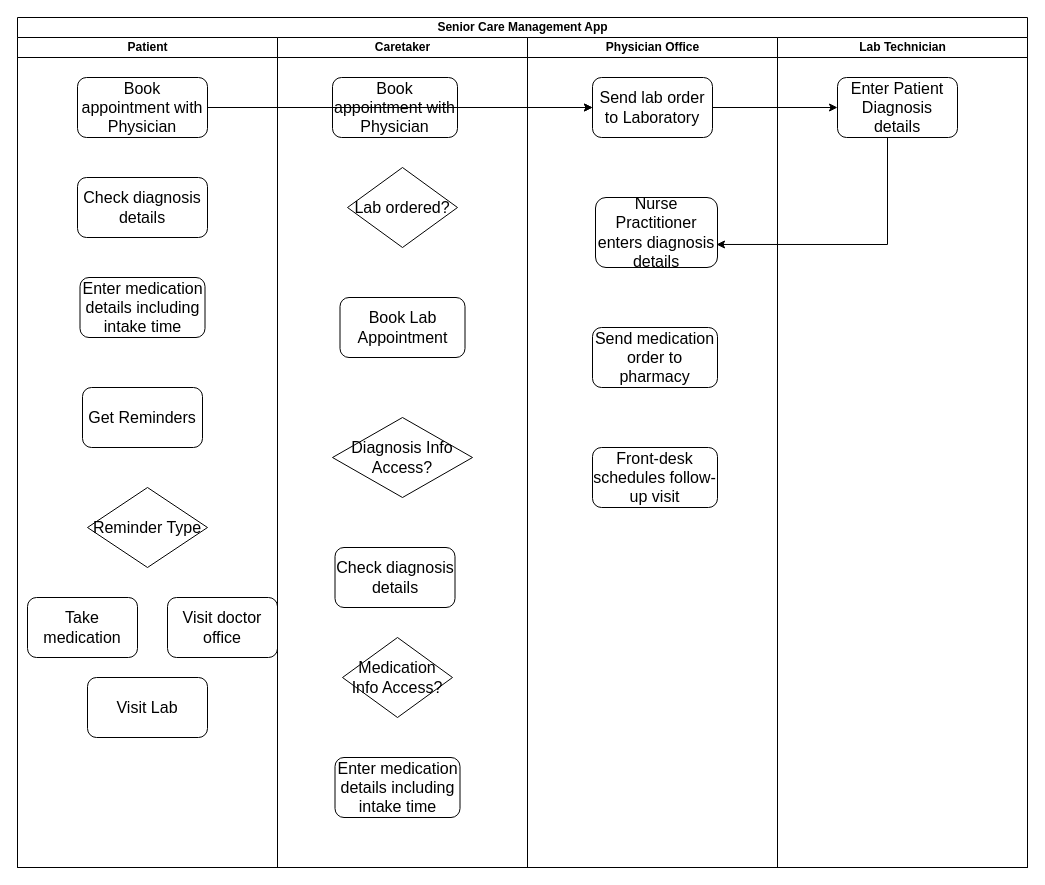
saumyasucharita/swimlane-mindmaps keeps this draw.io diagram as SeniorCareManagementSystem_Swimlane.drawio. Above is the earlier version. Source tidied: cells renumbered, new cells numbered last; positions are measured from the earlier drawing's top-left corner, leaving out a move shared by most shapes. Both pictures are drawn from the tidied source at 100%, with x=0, y=0 at pixel (17, 17).
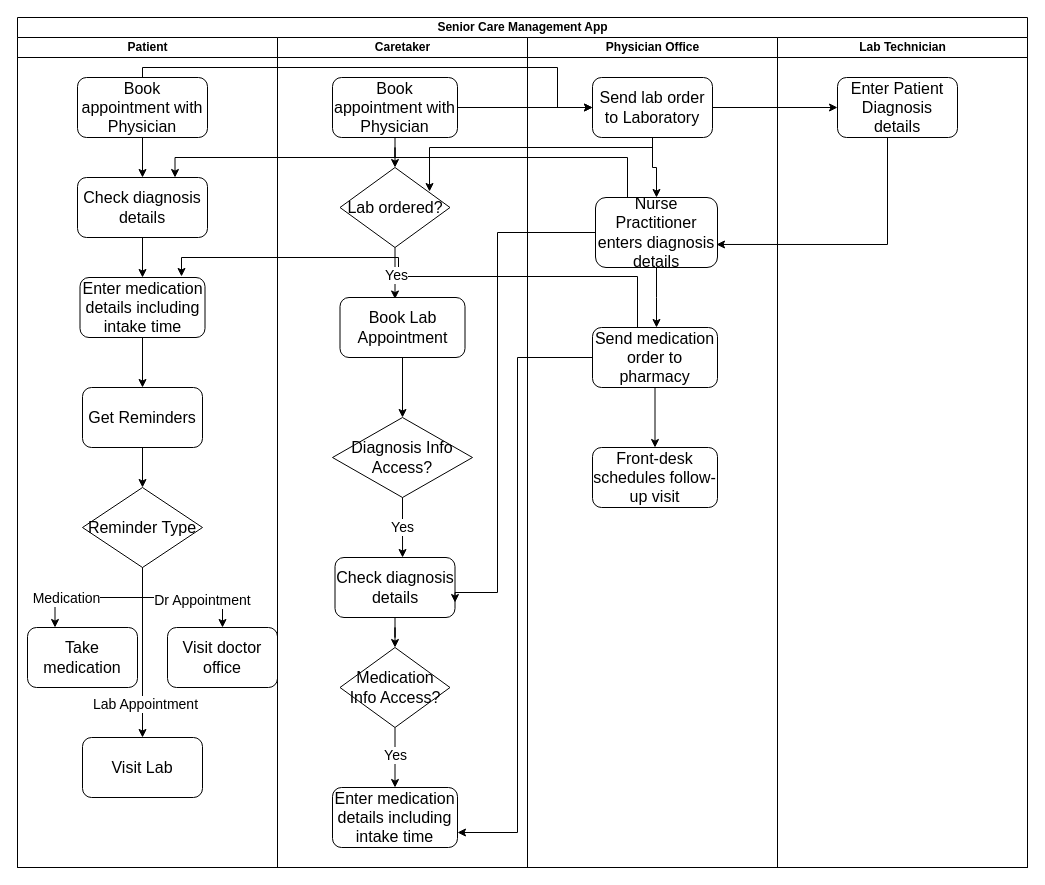
After the change.

The change refers to these unchanged cells:
```xml
<mxCell id="2" value="Senior Care Management App" style="swimlane;startSize=20;html=1;" parent="1" vertex="1">
  <mxGeometry width="1010" height="850" as="geometry" />
</mxCell>
<mxCell id="3" value="Patient" style="swimlane;startSize=20;html=1;" parent="2" vertex="1">
  <mxGeometry y="20" width="260" height="830" as="geometry" />
</mxCell>
<mxCell id="4" value="&lt;span style=&quot;font-size: medium;&quot;&gt;Check diagnosis details&lt;/span&gt;" style="rounded=1;whiteSpace=wrap;html=1;" parent="3" vertex="1">
  <mxGeometry x="60" y="140" width="130" height="60" as="geometry" />
</mxCell>
<mxCell id="9" value="&lt;font size=&quot;3&quot;&gt;Book appointment with Physician&lt;/font&gt;" style="rounded=1;whiteSpace=wrap;html=1;" parent="3" vertex="1">
  <mxGeometry x="60" y="40" width="130" height="60" as="geometry" />
</mxCell>
<mxCell id="10" value="&lt;span style=&quot;font-size: medium;&quot;&gt;Enter medication details including intake time&lt;/span&gt;" style="rounded=1;whiteSpace=wrap;html=1;" parent="3" vertex="1">
  <mxGeometry x="62.5" y="240" width="125" height="60" as="geometry" />
</mxCell>
<mxCell id="11" value="&lt;span style=&quot;font-size: medium;&quot;&gt;Get Reminders&lt;/span&gt;" style="rounded=1;whiteSpace=wrap;html=1;" parent="3" vertex="1">
  <mxGeometry x="65" y="350" width="120" height="60" as="geometry" />
</mxCell>
<mxCell id="12" value="Caretaker" style="swimlane;startSize=20;html=1;" parent="2" vertex="1">
  <mxGeometry x="260" y="20" width="250" height="830" as="geometry" />
</mxCell>
<mxCell id="13" value="&lt;font size=&quot;3&quot;&gt;Book appointment with Physician&lt;/font&gt;" style="rounded=1;whiteSpace=wrap;html=1;" parent="12" vertex="1">
  <mxGeometry x="55" y="40" width="125" height="60" as="geometry" />
</mxCell>
<mxCell id="14" value="&lt;font size=&quot;3&quot;&gt;Book Lab Appointment&lt;/font&gt;" style="rounded=1;whiteSpace=wrap;html=1;" parent="12" vertex="1">
  <mxGeometry x="62.5" y="260" width="125" height="60" as="geometry" />
</mxCell>
<mxCell id="17" value="&lt;font size=&quot;3&quot;&gt;Diagnosis Info Access?&lt;/font&gt;" style="rhombus;whiteSpace=wrap;html=1;" parent="12" vertex="1">
  <mxGeometry x="55" y="380" width="140" height="80" as="geometry" />
</mxCell>
<mxCell id="20" value="Physician Office" style="swimlane;startSize=20;html=1;" parent="2" vertex="1">
  <mxGeometry x="510" y="20" width="250" height="830" as="geometry" />
</mxCell>
<mxCell id="21" value="&lt;font size=&quot;3&quot;&gt;Send lab order to Laboratory&lt;/font&gt;" style="rounded=1;whiteSpace=wrap;html=1;" parent="20" vertex="1">
  <mxGeometry x="65" y="40" width="120" height="60" as="geometry" />
</mxCell>
<mxCell id="22" value="&lt;font size=&quot;3&quot;&gt;Send medication order to pharmacy&lt;/font&gt;" style="rounded=1;whiteSpace=wrap;html=1;" parent="20" vertex="1">
  <mxGeometry x="65" y="290" width="125" height="60" as="geometry" />
</mxCell>
<mxCell id="23" value="&lt;font size=&quot;3&quot;&gt;Front-desk schedules follow-up visit&lt;/font&gt;" style="rounded=1;whiteSpace=wrap;html=1;" parent="20" vertex="1">
  <mxGeometry x="65" y="410" width="125" height="60" as="geometry" />
</mxCell>
<mxCell id="24" value="&lt;font size=&quot;3&quot;&gt;Nurse Practitioner enters diagnosis details&lt;/font&gt;" style="rounded=1;whiteSpace=wrap;html=1;" parent="20" vertex="1">
  <mxGeometry x="68" y="160" width="122" height="70" as="geometry" />
</mxCell>
```

Diff of the diagram source:
```diff
@@
+    <mxCell id="31" style="edgeStyle=orthogonalEdgeStyle;rounded=0;jettySize=auto;html=1;entryX=0.5;entryY=0;entryDx=0;entryDy=0;" parent="3" edge="1" source="4" target="10">
+      <mxGeometry relative="1" as="geometry" />
+    </mxCell>
@@
+    <mxCell id="32" style="edgeStyle=orthogonalEdgeStyle;rounded=0;jettySize=auto;html=1;entryX=0.25;entryY=0;entryDx=0;entryDy=0;" parent="3" edge="1" source="5" target="6">
+      <mxGeometry relative="1" as="geometry" />
+    </mxCell>
+    <mxCell id="33" value="&lt;font style=&quot;font-size: 14px;&quot;&gt;Medication&lt;/font&gt;" style="edgeLabel;html=1;align=center;verticalAlign=middle;" parent="32" vertex="1">
+      <mxGeometry x="0.45" relative="1" as="geometry" />
+    </mxCell>
+    <mxCell id="34" style="edgeStyle=orthogonalEdgeStyle;rounded=0;jettySize=auto;html=1;entryX=0.5;entryY=0;entryDx=0;entryDy=0;" parent="3" edge="1" source="5" target="7">
+      <mxGeometry relative="1" as="geometry" />
+    </mxCell>
+    <mxCell id="35" value="&lt;font style=&quot;font-size: 14px;&quot;&gt;Dr Appointment&lt;/font&gt;" style="edgeLabel;html=1;align=center;verticalAlign=middle;" parent="34" vertex="1">
+      <mxGeometry x="0.27" y="-2" relative="1" as="geometry" />
+    </mxCell>
+    <mxCell id="36" style="edgeStyle=orthogonalEdgeStyle;rounded=0;jettySize=auto;html=1;entryX=0.5;entryY=0;entryDx=0;entryDy=0;" parent="3" edge="1" source="5" target="8">
+      <mxGeometry relative="1" as="geometry" />
+    </mxCell>
+    <mxCell id="37" value="&lt;font style=&quot;font-size: 14px;&quot;&gt;Lab Appointment&lt;/font&gt;" style="edgeLabel;html=1;align=center;verticalAlign=middle;" parent="36" vertex="1">
+      <mxGeometry x="0.6" y="2" relative="1" as="geometry" />
+    </mxCell>
     <mxCell id="5" value="&lt;font size=&quot;3&quot;&gt;Reminder Type&lt;/font&gt;" style="rhombus;whiteSpace=wrap;html=1;" parent="3" vertex="1">
-      <mxGeometry x="70" y="450" width="120" height="80" as="geometry" />
+      <mxGeometry x="65" y="450" width="120" height="80" as="geometry" />
     </mxCell>
     <mxCell id="6" value="&lt;font size=&quot;3&quot;&gt;Take medication&lt;/font&gt;" style="rounded=1;whiteSpace=wrap;html=1;" parent="3" vertex="1">
-      <mxGeometry x="10" y="560" width="110" height="60" as="geometry" />
+      <mxGeometry x="10" y="590" width="110" height="60" as="geometry" />
     </mxCell>
     <mxCell id="7" value="&lt;font size=&quot;3&quot;&gt;Visit doctor office&lt;/font&gt;" style="rounded=1;whiteSpace=wrap;html=1;" parent="3" vertex="1">
-      <mxGeometry x="150" y="560" width="110" height="60" as="geometry" />
+      <mxGeometry x="150" y="590" width="110" height="60" as="geometry" />
     </mxCell>
     <mxCell id="8" value="&lt;font size=&quot;3&quot;&gt;Visit Lab&lt;/font&gt;" style="rounded=1;whiteSpace=wrap;html=1;" parent="3" vertex="1">
-      <mxGeometry x="70" y="640" width="120" height="60" as="geometry" />
+      <mxGeometry x="65" y="700" width="120" height="60" as="geometry" />
     </mxCell>
+    <mxCell id="38" style="edgeStyle=orthogonalEdgeStyle;rounded=0;jettySize=auto;html=1;entryX=0.5;entryY=0;entryDx=0;entryDy=0;" parent="3" edge="1" source="9" target="4">
+      <mxGeometry relative="1" as="geometry" />
+    </mxCell>
@@
+    <mxCell id="39" style="edgeStyle=orthogonalEdgeStyle;rounded=0;jettySize=auto;html=1;exitX=0.5;exitY=1;exitDx=0;exitDy=0;entryX=0.5;entryY=0;entryDx=0;entryDy=0;" parent="3" edge="1" source="10" target="11">
+      <mxGeometry relative="1" as="geometry" />
+    </mxCell>
@@
+    <mxCell id="40" style="edgeStyle=orthogonalEdgeStyle;rounded=0;jettySize=auto;html=1;entryX=0.5;entryY=0;entryDx=0;entryDy=0;" parent="3" edge="1" source="11" target="5">
+      <mxGeometry relative="1" as="geometry" />
+    </mxCell>
@@
+    <mxCell id="41" style="edgeStyle=orthogonalEdgeStyle;rounded=0;jettySize=auto;html=1;" parent="12" edge="1" source="13" target="19">
+      <mxGeometry relative="1" as="geometry" />
+    </mxCell>
@@
+    <mxCell id="42" style="edgeStyle=orthogonalEdgeStyle;rounded=0;jettySize=auto;html=1;entryX=0.5;entryY=0;entryDx=0;entryDy=0;" parent="12" edge="1" source="14" target="17">
+      <mxGeometry relative="1" as="geometry" />
+    </mxCell>
@@
     <mxCell id="15" value="&lt;font size=&quot;3&quot;&gt;Enter medication details including intake time&lt;/font&gt;" style="rounded=1;whiteSpace=wrap;html=1;" parent="12" vertex="1">
-      <mxGeometry x="57.5" y="720" width="125" height="60" as="geometry" />
+      <mxGeometry x="55" y="750" width="125" height="60" as="geometry" />
     </mxCell>
+    <mxCell id="43" style="edgeStyle=orthogonalEdgeStyle;rounded=0;jettySize=auto;html=1;" parent="12" edge="1" source="16" target="18">
+      <mxGeometry relative="1" as="geometry" />
+    </mxCell>
     <mxCell id="16" value="&lt;font size=&quot;3&quot;&gt;Check diagnosis details&lt;/font&gt;" style="rounded=1;whiteSpace=wrap;html=1;" parent="12" vertex="1">
-      <mxGeometry x="57.5" y="510" width="120" height="60" as="geometry" />
+      <mxGeometry x="57.5" y="520" width="120" height="60" as="geometry" />
     </mxCell>
@@
+    <mxCell id="44" style="edgeStyle=orthogonalEdgeStyle;rounded=0;jettySize=auto;html=1;entryDx=0;entryDy=0;" parent="12" edge="1" source="18" target="15">
+      <mxGeometry relative="1" as="geometry" />
+    </mxCell>
+    <mxCell id="45" value="&lt;font style=&quot;font-size: 14px;&quot;&gt;Yes&lt;/font&gt;" style="edgeLabel;html=1;align=center;verticalAlign=middle;" parent="44" vertex="1">
+      <mxGeometry x="-0.1" relative="1" as="geometry" />
+    </mxCell>
     <mxCell id="18" value="&lt;font size=&quot;3&quot;&gt;Medication Info Access?&lt;/font&gt;" style="rhombus;whiteSpace=wrap;html=1;" parent="12" vertex="1">
-      <mxGeometry x="65" y="600" width="110" height="80" as="geometry" />
+      <mxGeometry x="62.5" y="610" width="110" height="80" as="geometry" />
     </mxCell>
     <mxCell id="19" value="&lt;font size=&quot;3&quot;&gt;Lab ordered?&lt;/font&gt;" style="rhombus;whiteSpace=wrap;html=1;" parent="12" vertex="1">
-      <mxGeometry x="70" y="130" width="110" height="80" as="geometry" />
+      <mxGeometry x="62.5" y="130" width="110" height="80" as="geometry" />
     </mxCell>
+    <mxCell id="46" style="edgeStyle=orthogonalEdgeStyle;rounded=0;jettySize=auto;html=1;entryX=0.44;entryY=0.025;entryDx=0;entryDy=0;entryPerimeter=0;" parent="12" edge="1" source="19" target="14">
+      <mxGeometry relative="1" as="geometry" />
+    </mxCell>
+    <mxCell id="47" value="&lt;font style=&quot;font-size: 14px;&quot;&gt;Yes&lt;/font&gt;" style="edgeStyle=orthogonalEdgeStyle;rounded=0;jettySize=auto;html=1;entryX=0.563;entryY=0;entryDx=0;entryDy=0;entryPerimeter=0;" parent="12" edge="1" source="17" target="16">
+      <mxGeometry relative="1" as="geometry" />
+    </mxCell>
@@
+    <mxCell id="48" style="edgeStyle=orthogonalEdgeStyle;rounded=0;jettySize=auto;html=1;exitX=0.5;exitY=1;exitDx=0;exitDy=0;entryX=0.5;entryY=0;entryDx=0;entryDy=0;" parent="20" edge="1" source="22" target="23">
+      <mxGeometry relative="1" as="geometry" />
+    </mxCell>
@@
+    <mxCell id="49" style="edgeStyle=orthogonalEdgeStyle;rounded=0;jettySize=auto;html=1;" parent="20" edge="1" source="24">
+      <mxGeometry relative="1" as="geometry">
+        <mxPoint x="129" y="290" as="targetPoint" />
+      </mxGeometry>
+    </mxCell>
+    <mxCell id="50" style="edgeStyle=orthogonalEdgeStyle;rounded=0;jettySize=auto;html=1;entryDx=0;entryDy=0;entryPerimeter=0;" parent="20" edge="1" source="21" target="24">
+      <mxGeometry relative="1" as="geometry" />
+    </mxCell>
@@
     <mxCell id="28" style="edgeStyle=orthogonalEdgeStyle;rounded=0;jettySize=auto;html=1;entryX=0;entryY=0.5;entryDx=0;entryDy=0;" parent="2" edge="1" source="9" target="21">
-      <mxGeometry relative="1" as="geometry" />
+      <mxGeometry relative="1" as="geometry">
+        <Array as="points">
+          <mxPoint x="125" y="50" />
+          <mxPoint x="540" y="50" />
+          <mxPoint x="540" y="90" />
+        </Array>
+      </mxGeometry>
     </mxCell>
@@
+    <mxCell id="51" style="edgeStyle=orthogonalEdgeStyle;rounded=0;jettySize=auto;html=1;entryX=1;entryY=0.75;entryDx=0;entryDy=0;" parent="2" edge="1" source="24" target="16">
+      <mxGeometry relative="1" as="geometry">
+        <Array as="points">
+          <mxPoint x="480" y="215" />
+          <mxPoint x="480" y="575" />
+        </Array>
+      </mxGeometry>
+    </mxCell>
+    <mxCell id="52" style="edgeStyle=orthogonalEdgeStyle;rounded=0;jettySize=auto;html=1;entryX=0.75;entryY=0;entryDx=0;entryDy=0;" parent="2" edge="1" source="24" target="4">
+      <mxGeometry relative="1" as="geometry">
+        <Array as="points">
+          <mxPoint x="610" y="140" />
+          <mxPoint x="158" y="140" />
+        </Array>
+      </mxGeometry>
+    </mxCell>
+    <mxCell id="53" style="edgeStyle=orthogonalEdgeStyle;rounded=0;jettySize=auto;html=1;entryX=0.812;entryY=-0.017;entryDx=0;entryDy=0;entryPerimeter=0;" parent="2" edge="1" source="22" target="10">
+      <mxGeometry relative="1" as="geometry">
+        <Array as="points">
+          <mxPoint x="620" y="259" />
+          <mxPoint x="381" y="259" />
+          <mxPoint x="381" y="240" />
+          <mxPoint x="164" y="240" />
+        </Array>
+      </mxGeometry>
+    </mxCell>
+    <mxCell id="54" value="&lt;font style=&quot;font-size: 14px;&quot;&gt;Yes&lt;/font&gt;" style="edgeLabel;html=1;align=center;verticalAlign=middle;" parent="53" vertex="1">
+      <mxGeometry x="0.07" y="3" relative="1" as="geometry" />
+    </mxCell>
+    <mxCell id="55" style="edgeStyle=orthogonalEdgeStyle;rounded=0;jettySize=auto;html=1;entryX=0.814;entryY=0.3;entryDx=0;entryDy=0;entryPerimeter=0;" parent="2" edge="1" source="21" target="19">
+      <mxGeometry relative="1" as="geometry">
+        <Array as="points">
+          <mxPoint x="635" y="130" />
+          <mxPoint x="412" y="130" />
+        </Array>
+      </mxGeometry>
+    </mxCell>
+    <mxCell id="56" style="edgeStyle=orthogonalEdgeStyle;rounded=0;jettySize=auto;html=1;entryX=1;entryY=0.75;entryDx=0;entryDy=0;" parent="2" edge="1" source="22" target="15">
+      <mxGeometry relative="1" as="geometry">
+        <Array as="points">
+          <mxPoint x="500" y="340" />
+          <mxPoint x="500" y="815" />
+        </Array>
+      </mxGeometry>
+    </mxCell>
```
